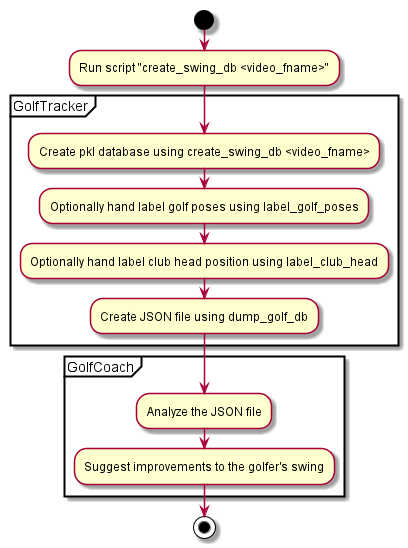
Before: docs/source/images/golftracker.png, a diagram exported from PlantUML (sanjeevs/golftracker). Its source is kept beside it as docs/source/images/golftracker.puml.
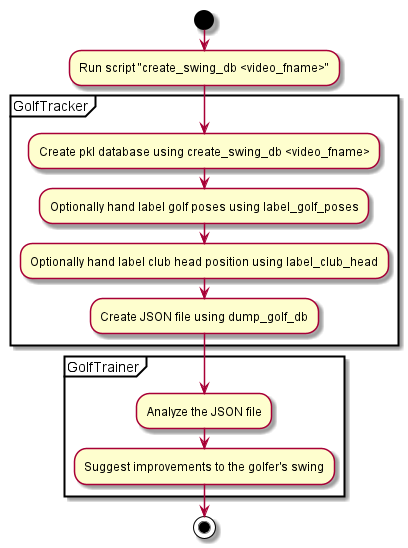
After the change.

The edit, as a diff of the source:
```diff
@@ -9,7 +9,7 @@
   :Create JSON file using dump_golf_db;
 }
 
-partition "GolfCoach" {
+partition "GolfTrainer" {
   :Analyze the JSON file;
   :Suggest improvements to the golfer's swing;
 }
```
